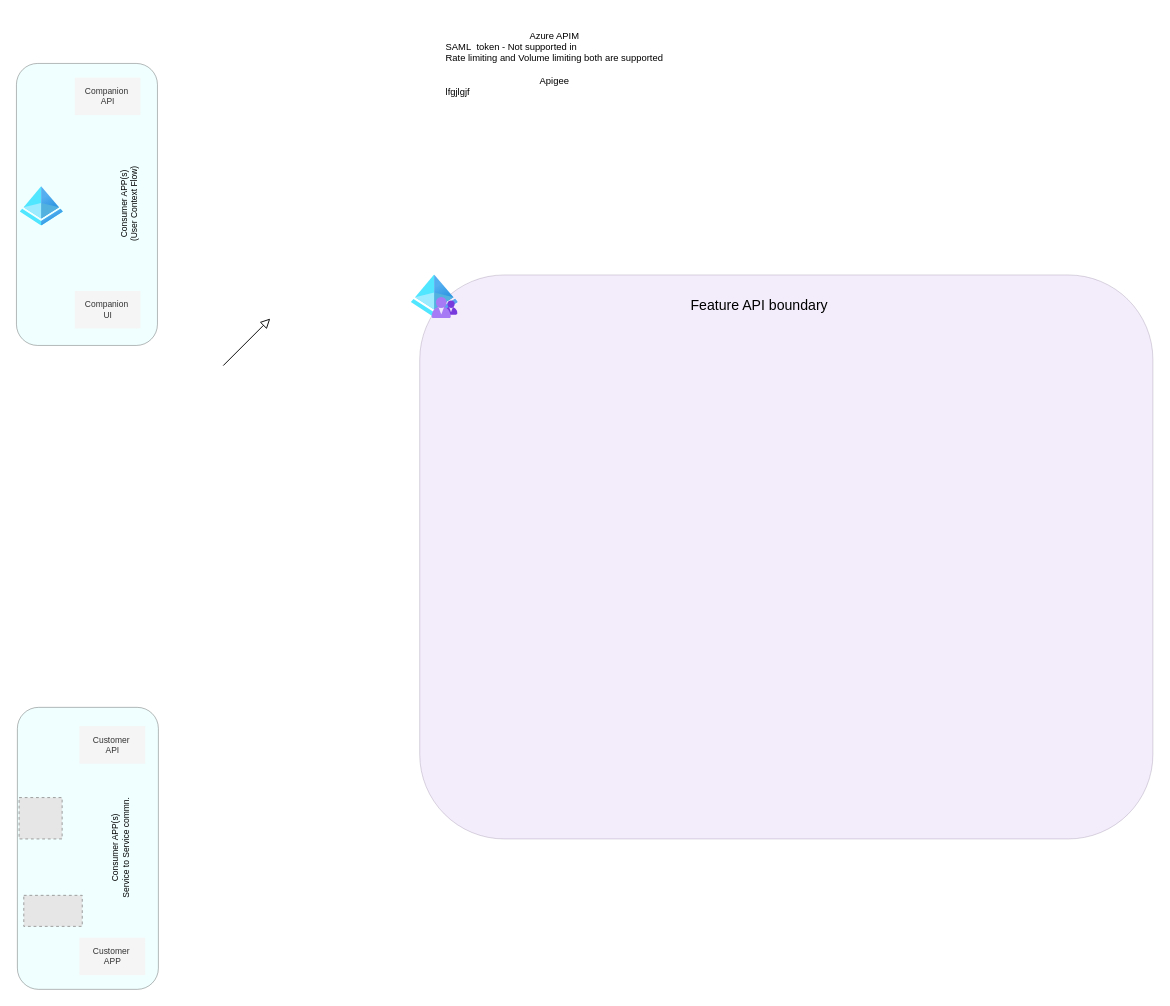
This is PublicAPIFrameWork/Solution Designs v1.0.0.drawio from NMTechie/MyExpWithAzure, a draw.io file, before an edit. Source tidied: cells renumbered, new cells numbered last; positions are measured from the earlier drawing's top-left corner, leaving out a move shared by most shapes. Both pictures are drawn from the tidied source at 94%, with x=0, y=0 at pixel (16, 21). Pictures stored in the file or linked from it are replaced by grey dashed boxes.
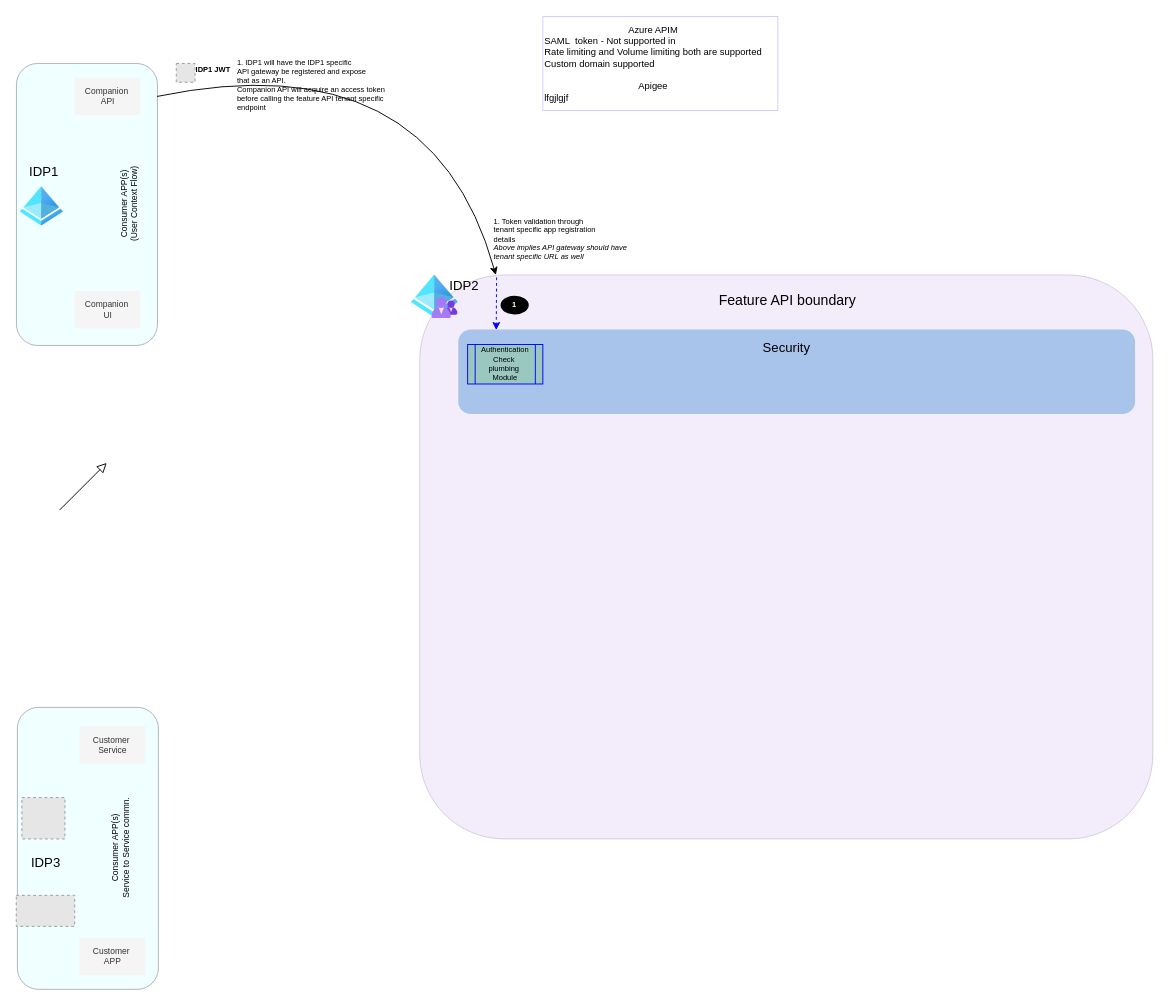
The same page after the edit.

Commit message:
Solution design when API framework trust same IDP through which customer validates its own user and app

Unchanged cells that the change refers to:
```xml
<mxCell id="3" style="rounded=1;whiteSpace=wrap;html=1;fillColor=#CCFFFF;opacity=30;" parent="1" vertex="1">
  <mxGeometry y="45" width="150" height="300" as="geometry" />
</mxCell>
```

Diff of the diagram source:
```diff
@@
     <mxCell id="4" style="endArrow=block;html=1;rounded=0;labelBackgroundColor=none;endFill=0;endSize=8;strokeWidth=1;shadow=0;" parent="1" edge="1">
       <mxGeometry relative="1" as="geometry">
-        <mxPoint x="220" y="366.4" as="sourcePoint" />
-        <mxPoint x="270" y="316.4" as="targetPoint" />
+        <mxPoint x="46" y="520" as="sourcePoint" />
+        <mxPoint x="96" y="470" as="targetPoint" />
       </mxGeometry>
     </mxCell>
@@
-    <mxCell id="11" value="Customer&amp;nbsp;&lt;br&gt;API" style="text;html=1;align=center;verticalAlign=middle;fillColor=#f5f5f5;strokeColor=none;rounded=0;fontColor=#333333;fontSize=9;" parent="1" vertex="1">
+    <mxCell id="11" value="Customer&amp;nbsp;&lt;br&gt;Service" style="text;html=1;align=center;verticalAlign=middle;fillColor=#f5f5f5;strokeColor=none;rounded=0;fontColor=#333333;fontSize=9;" parent="1" vertex="1">
       <mxGeometry x="67" y="750" width="70" height="40" as="geometry" />
     </mxCell>
@@
     <mxCell id="14" style="fillColor=#E6E6E6;strokeColor=#999999;dashed=1;verticalLabelPosition=bottom;labelBackgroundColor=default;verticalAlign=top;" parent="1" vertex="1">
-      <mxGeometry x="7.8" y="930" width="62.2" height="33" as="geometry" />
+      <mxGeometry x="-0.2" y="930" width="62.2" height="33" as="geometry" />
     </mxCell>
     <mxCell id="15" style="fillColor=#E6E6E6;strokeColor=#999999;dashed=1;verticalLabelPosition=bottom;labelBackgroundColor=default;verticalAlign=top;" parent="1" vertex="1">
-      <mxGeometry x="2.8" y="826" width="45.8" height="44" as="geometry" />
+      <mxGeometry x="5.8" y="826" width="45.8" height="44" as="geometry" />
     </mxCell>
     <mxCell id="16" value="Feature API boundary" style="text;html=1;align=center;verticalAlign=middle;fillColor=none;strokeColor=none;rounded=0;opacity=20;fontSize=15;" parent="1" vertex="1">
-      <mxGeometry x="705" y="287" width="170" height="30" as="geometry" />
+      <mxGeometry x="735" y="282" width="170" height="30" as="geometry" />
     </mxCell>
-    <mxCell id="17" value="&lt;div style=&quot;text-align: center;&quot;&gt;&lt;span style=&quot;background-color: initial;&quot;&gt;Azure APIM&lt;/span&gt;&lt;/div&gt;SAML&amp;nbsp; token - Not supported in&amp;nbsp;&lt;br&gt;Rate limiting and Volume limiting both are supported&lt;br&gt;&lt;br&gt;&lt;div style=&quot;text-align: center;&quot;&gt;&lt;span style=&quot;background-color: initial;&quot;&gt;Apigee&lt;/span&gt;&lt;/div&gt;lfgjlgjf" style="text;html=1;align=left;verticalAlign=middle;fillColor=none;strokeColor=none;rounded=0;fontSize=10;opacity=20;" parent="1" vertex="1">
-      <mxGeometry x="455" width="250" height="90" as="geometry" />
+    <mxCell id="17" value="&lt;div style=&quot;text-align: center;&quot;&gt;&lt;span style=&quot;background-color: initial;&quot;&gt;Azure APIM&lt;/span&gt;&lt;/div&gt;SAML&amp;nbsp; token - Not supported in&amp;nbsp;&lt;br&gt;Rate limiting and Volume limiting both are supported&lt;br&gt;Custom domain supported&lt;br&gt;&lt;br&gt;&lt;div style=&quot;text-align: center;&quot;&gt;&lt;span style=&quot;background-color: initial;&quot;&gt;Apigee&lt;/span&gt;&lt;/div&gt;lfgjlgjf" style="text;html=1;align=left;verticalAlign=middle;fillColor=none;strokeColor=#0000FF;rounded=0;fontSize=10;opacity=20;" parent="1" vertex="1">
+      <mxGeometry x="560" y="-5" width="250" height="100" as="geometry" />
     </mxCell>
+    <mxCell id="18" style="rounded=1;whiteSpace=wrap;html=1;strokeColor=none;fillColor=#A9C4EB;" parent="1" vertex="1">
+      <mxGeometry x="470" y="328" width="720" height="90" as="geometry" />
+    </mxCell>
+    <mxCell id="19" value="Security" style="text;html=1;align=center;verticalAlign=middle;fillColor=none;strokeColor=none;rounded=0;fontSize=14;" parent="1" vertex="1">
+      <mxGeometry x="784" y="333" width="70" height="30" as="geometry" />
+    </mxCell>
+    <mxCell id="20" style="endArrow=classic;html=1;rounded=0;fontSize=14;curved=1;exitX=0.997;exitY=0.117;exitDx=0;exitDy=0;exitPerimeter=0;" parent="1" edge="1" source="3">
+      <mxGeometry relative="1" as="geometry">
+        <mxPoint x="510" y="270" as="targetPoint" />
+        <Array as="points">
+          <mxPoint x="440" y="20" />
+        </Array>
+      </mxGeometry>
+    </mxCell>
+    <mxCell id="21" value="IDP1" style="text;html=1;align=center;verticalAlign=middle;fillColor=none;strokeColor=none;rounded=0;fontSize=14;" parent="1" vertex="1">
+      <mxGeometry x="4" y="145" width="50" height="30" as="geometry" />
+    </mxCell>
+    <mxCell id="22" value="IDP2" style="text;html=1;align=center;verticalAlign=middle;fillColor=none;strokeColor=none;rounded=0;fontSize=14;" parent="1" vertex="1">
+      <mxGeometry x="451" y="267" width="50" height="30" as="geometry" />
+    </mxCell>
+    <mxCell id="23" value="IDP3" style="text;html=1;align=center;verticalAlign=middle;fillColor=none;strokeColor=none;rounded=0;fontSize=14;" parent="1" vertex="1">
+      <mxGeometry x="5.9" y="880" width="50" height="30" as="geometry" />
+    </mxCell>
+    <mxCell id="24" style="fillColor=#E6E6E6;strokeColor=#999999;dashed=1;html=1;verticalAlign=top;verticalLabelPosition=bottom;labelBackgroundColor=#ffffff;fontSize=14;" parent="1" vertex="1">
+      <mxGeometry x="170" y="45" width="20" height="20" as="geometry" />
+    </mxCell>
+    <mxCell id="25" value="IDP1 JWT" style="text;html=1;align=center;verticalAlign=middle;fillColor=none;strokeColor=none;rounded=0;fontSize=8;fontStyle=1;" parent="1" vertex="1">
+      <mxGeometry x="179" y="42" width="60" height="20" as="geometry" />
+    </mxCell>
+    <mxCell id="26" style="endArrow=classic;html=1;rounded=0;fontSize=8;entryX=0.052;entryY=-0.016;entryDx=0;entryDy=0;entryPerimeter=0;exitX=0.101;exitY=0.001;exitDx=0;exitDy=0;exitPerimeter=0;strokeColor=#0000F5;dashed=1;" parent="1" edge="1">
+      <mxGeometry relative="1" as="geometry">
+        <mxPoint x="510.8" y="272.6" as="sourcePoint" />
+        <mxPoint x="510.4" y="328.6" as="targetPoint" />
+      </mxGeometry>
+    </mxCell>
+    <mxCell id="27" value="Authentication Check&amp;nbsp;&lt;br&gt;plumbing&amp;nbsp;&lt;br&gt;Module" style="shape=process;whiteSpace=wrap;html=1;backgroundOutline=1;strokeColor=#0000FF;fontSize=8;fillColor=#9AC7BF;" parent="1" vertex="1">
+      <mxGeometry x="480" y="344" width="80" height="42" as="geometry" />
+    </mxCell>
+    <mxCell id="28" value="1. Token validation through&amp;nbsp;&lt;br&gt;&lt;div style=&quot;&quot;&gt;&lt;span style=&quot;background-color: initial;&quot;&gt;tenant specific app registration&amp;nbsp;&lt;/span&gt;&lt;/div&gt;&lt;div style=&quot;&quot;&gt;&lt;span style=&quot;background-color: initial;&quot;&gt;details&lt;/span&gt;&lt;/div&gt;&lt;div style=&quot;&quot;&gt;&lt;span style=&quot;background-color: initial;&quot;&gt;&lt;i&gt;Above implies API gateway should have&amp;nbsp;&lt;/i&gt;&lt;/span&gt;&lt;/div&gt;&lt;div style=&quot;&quot;&gt;&lt;span style=&quot;background-color: initial;&quot;&gt;&lt;i&gt;tenant specific URL as well&lt;/i&gt;&lt;/span&gt;&lt;/div&gt;" style="text;html=1;align=left;verticalAlign=middle;fillColor=none;strokeColor=none;rounded=0;fontSize=8;" parent="1" vertex="1">
+      <mxGeometry x="506" y="202" width="170" height="60" as="geometry" />
+    </mxCell>
+    <mxCell id="29" value="1" style="ellipse;whiteSpace=wrap;html=1;strokeColor=none;fontSize=8;fillColor=#000000;fontColor=#FFFFFF;fontStyle=1;" parent="1" vertex="1">
+      <mxGeometry x="515" y="292" width="30" height="20" as="geometry" />
+    </mxCell>
+    <mxCell id="30" value="1. IDP1 will have the IDP1 specific&amp;nbsp;&lt;br&gt;API gateway be registered and expose&amp;nbsp;&lt;br&gt;that as an API.&lt;br&gt;Companion API will acquire an access token&amp;nbsp;&lt;br&gt;before calling the feature API tenant specific&amp;nbsp;&lt;br&gt;endpoint" style="text;html=1;align=left;verticalAlign=top;fillColor=none;strokeColor=none;rounded=0;fontSize=8;" parent="1" vertex="1">
+      <mxGeometry x="233" y="33" width="180" height="70" as="geometry" />
+    </mxCell>
```
